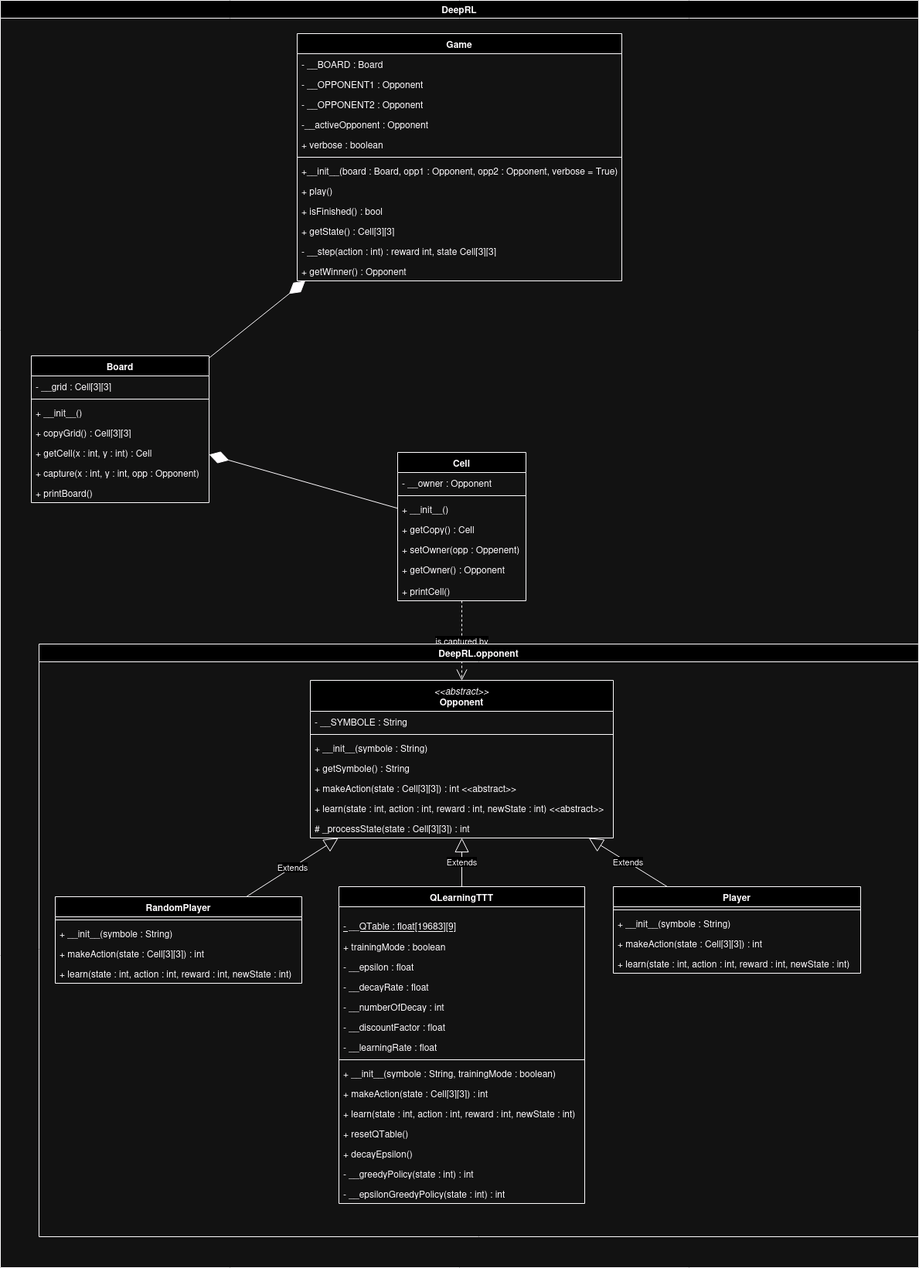
Earlier version of the draw.io export uml/UML.png (Enzo-Claeyssen/Q-Learning_for_Tic_Tac_Toe). Source tidied: cells renumbered, new cells last; positions are measured from the earlier drawing's top-left corner, leaving out a move shared by most shapes.
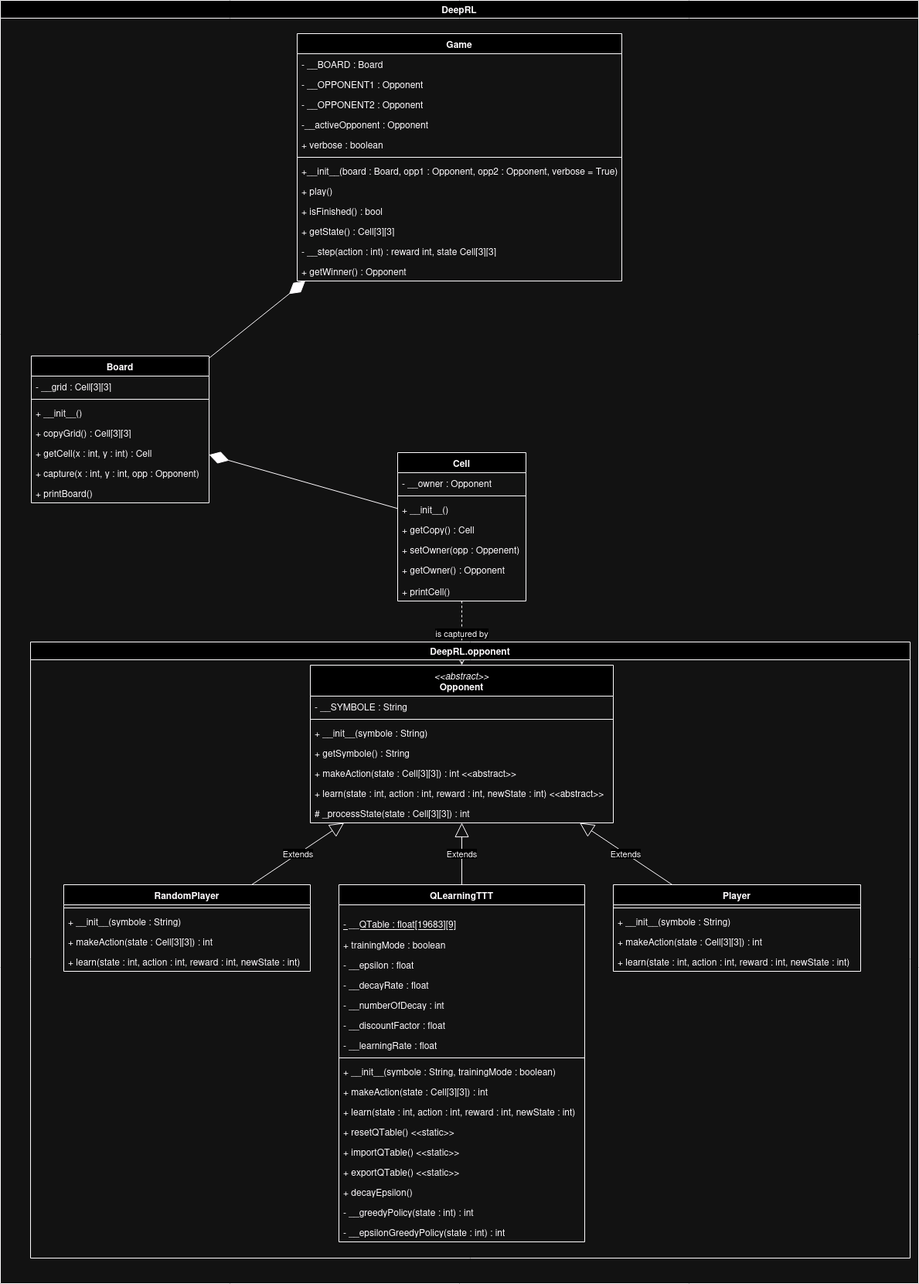
After the commit.

Change to the diagram source:
```diff
@@ -3,7 +3,7 @@
     <mxCell id="0" />
     <mxCell id="1" parent="0" />
     <mxCell id="2" value="DeepRL" style="swimlane;" parent="1" vertex="1">
-      <mxGeometry width="1188" height="1640" as="geometry" />
+      <mxGeometry width="1188" height="1660" as="geometry" />
     </mxCell>
     <mxCell id="3" value="Game" style="swimlane;fontStyle=1;align=center;verticalAlign=top;horizontal=1;startSize=26;whiteSpace=wrap;html=1;" parent="2" vertex="1">
       <mxGeometry x="384" y="43" width="420" height="320" as="geometry" />
@@ -102,10 +102,10 @@
       <mxGeometry relative="1" as="geometry" />
     </mxCell>
     <mxCell id="35" value="DeepRL.opponent" style="swimlane;" parent="2" vertex="1">
-      <mxGeometry x="50" y="833" width="1138" height="767" as="geometry" />
+      <mxGeometry x="39" y="830" width="1138" height="797" as="geometry" />
     </mxCell>
     <mxCell id="36" value="RandomPlayer" style="swimlane;fontStyle=1;align=center;verticalAlign=top;horizontal=1;startSize=26;whiteSpace=wrap;html=1;" parent="35" vertex="1">
-      <mxGeometry x="21" y="327" width="319" height="112" as="geometry" />
+      <mxGeometry x="43" y="314" width="319" height="112" as="geometry" />
     </mxCell>
     <mxCell id="37" style="line;strokeWidth=1;fillColor=none;align=left;verticalAlign=middle;spacingTop=-1;spacingLeft=3;spacingRight=3;labelPosition=right;strokeColor=inherit;" parent="36" vertex="1">
       <mxGeometry y="26" width="319" height="8" as="geometry" />
@@ -120,7 +120,7 @@
       <mxGeometry y="86" width="319" height="26" as="geometry" />
     </mxCell>
     <mxCell id="41" value="Player" style="swimlane;fontStyle=1;align=center;verticalAlign=top;horizontal=1;startSize=26;whiteSpace=wrap;html=1;" parent="35" vertex="1">
-      <mxGeometry x="743" y="314" width="320" height="112" as="geometry" />
+      <mxGeometry x="754" y="314" width="320" height="112" as="geometry" />
     </mxCell>
     <mxCell id="42" style="line;strokeWidth=1;fillColor=none;align=left;verticalAlign=middle;spacingTop=-1;spacingLeft=3;spacingRight=3;labelPosition=right;strokeColor=inherit;" parent="41" vertex="1">
       <mxGeometry y="26" width="320" height="8" as="geometry" />
@@ -135,7 +135,7 @@
       <mxGeometry y="86" width="320" height="26" as="geometry" />
     </mxCell>
     <mxCell id="46" value="&lt;span style=&quot;font-weight: normal;&quot;&gt;&lt;i&gt;&amp;lt;&amp;lt;abstract&amp;gt;&amp;gt;&lt;/i&gt;&lt;/span&gt;&lt;br&gt;Opponent" style="swimlane;fontStyle=1;align=center;verticalAlign=top;horizontal=1;startSize=40;whiteSpace=wrap;html=1;" parent="35" vertex="1">
-      <mxGeometry x="351" y="47" width="392" height="204" as="geometry" />
+      <mxGeometry x="362" y="30" width="392" height="204" as="geometry" />
     </mxCell>
     <mxCell id="47" value="- __SYMBOLE : String" style="text;strokeColor=none;fillColor=none;align=left;verticalAlign=top;spacingLeft=4;spacingRight=4;overflow=hidden;whiteSpace=wrap;html=1;" parent="46" vertex="1">
       <mxGeometry y="40" width="392" height="26" as="geometry" />
@@ -165,7 +165,7 @@
       <mxGeometry relative="1" as="geometry" />
     </mxCell>
     <mxCell id="56" value="QLearningTTT" style="swimlane;fontStyle=1;align=center;verticalAlign=top;horizontal=1;startSize=26;whiteSpace=wrap;html=1;" parent="35" vertex="1">
-      <mxGeometry x="388" y="314" width="318" height="410" as="geometry" />
+      <mxGeometry x="399" y="314" width="318" height="462" as="geometry" />
     </mxCell>
     <mxCell id="57" value="&lt;p style=&quot;line-height: 100%;&quot;&gt;&lt;u&gt;- __QTable : float[19683][9]&lt;/u&gt;&lt;/p&gt;" style="text;strokeColor=none;fillColor=none;align=left;verticalAlign=top;spacingLeft=4;spacingRight=4;overflow=hidden;whiteSpace=wrap;html=1;" parent="56" vertex="1">
       <mxGeometry y="26" width="318" height="38" as="geometry" />
@@ -200,17 +200,23 @@
     <mxCell id="67" value="+ learn(state : int, action : int, reward : int, newState : int)" style="text;strokeColor=none;fillColor=none;align=left;verticalAlign=top;spacingLeft=4;spacingRight=4;overflow=hidden;whiteSpace=wrap;html=1;" parent="56" vertex="1">
       <mxGeometry y="280" width="318" height="26" as="geometry" />
     </mxCell>
-    <mxCell id="68" value="+ resetQTable()" style="text;strokeColor=none;fillColor=none;align=left;verticalAlign=top;spacingLeft=4;spacingRight=4;overflow=hidden;whiteSpace=wrap;html=1;" parent="56" vertex="1">
+    <mxCell id="68" value="&lt;u&gt;+ resetQTable()&lt;/u&gt; &amp;lt;&amp;lt;static&amp;gt;&amp;gt;" style="text;strokeColor=none;fillColor=none;align=left;verticalAlign=top;spacingLeft=4;spacingRight=4;overflow=hidden;whiteSpace=wrap;html=1;" parent="56" vertex="1">
       <mxGeometry y="306" width="318" height="26" as="geometry" />
     </mxCell>
+    <mxCell id="73" value="&lt;u&gt;+ importQTable()&lt;/u&gt; &amp;lt;&amp;lt;static&amp;gt;&amp;gt;" style="text;strokeColor=none;fillColor=none;align=left;verticalAlign=top;spacingLeft=4;spacingRight=4;overflow=hidden;whiteSpace=wrap;html=1;" parent="56" vertex="1">
+      <mxGeometry y="332" width="318" height="26" as="geometry" />
+    </mxCell>
+    <mxCell id="74" value="&lt;u&gt;+ exportQTable()&lt;/u&gt; &amp;lt;&amp;lt;static&amp;gt;&amp;gt;" style="text;strokeColor=none;fillColor=none;align=left;verticalAlign=top;spacingLeft=4;spacingRight=4;overflow=hidden;whiteSpace=wrap;html=1;" parent="56" vertex="1">
+      <mxGeometry y="358" width="318" height="26" as="geometry" />
+    </mxCell>
     <mxCell id="69" value="+ decayEpsilon()" style="text;strokeColor=none;fillColor=none;align=left;verticalAlign=top;spacingLeft=4;spacingRight=4;overflow=hidden;whiteSpace=wrap;html=1;" parent="56" vertex="1">
-      <mxGeometry y="332" width="318" height="26" as="geometry" />
+      <mxGeometry y="384" width="318" height="26" as="geometry" />
     </mxCell>
     <mxCell id="70" value="- __greedyPolicy(state : int) : int" style="text;strokeColor=none;fillColor=none;align=left;verticalAlign=top;spacingLeft=4;spacingRight=4;overflow=hidden;whiteSpace=wrap;html=1;" parent="56" vertex="1">
-      <mxGeometry y="358" width="318" height="26" as="geometry" />
+      <mxGeometry y="410" width="318" height="26" as="geometry" />
     </mxCell>
     <mxCell id="71" value="&lt;div&gt;- __epsilonGreedyPolicy(state : int) : int&lt;br&gt;&lt;/div&gt;" style="text;strokeColor=none;fillColor=none;align=left;verticalAlign=top;spacingLeft=4;spacingRight=4;overflow=hidden;whiteSpace=wrap;html=1;" parent="56" vertex="1">
-      <mxGeometry y="384" width="318" height="26" as="geometry" />
+      <mxGeometry y="436" width="318" height="26" as="geometry" />
     </mxCell>
     <mxCell id="72" value="Extends" style="endArrow=block;endSize=16;endFill=0;html=1;rounded=0;" parent="35" edge="1" source="56" target="46">
       <mxGeometry relative="1" as="geometry" />
```
